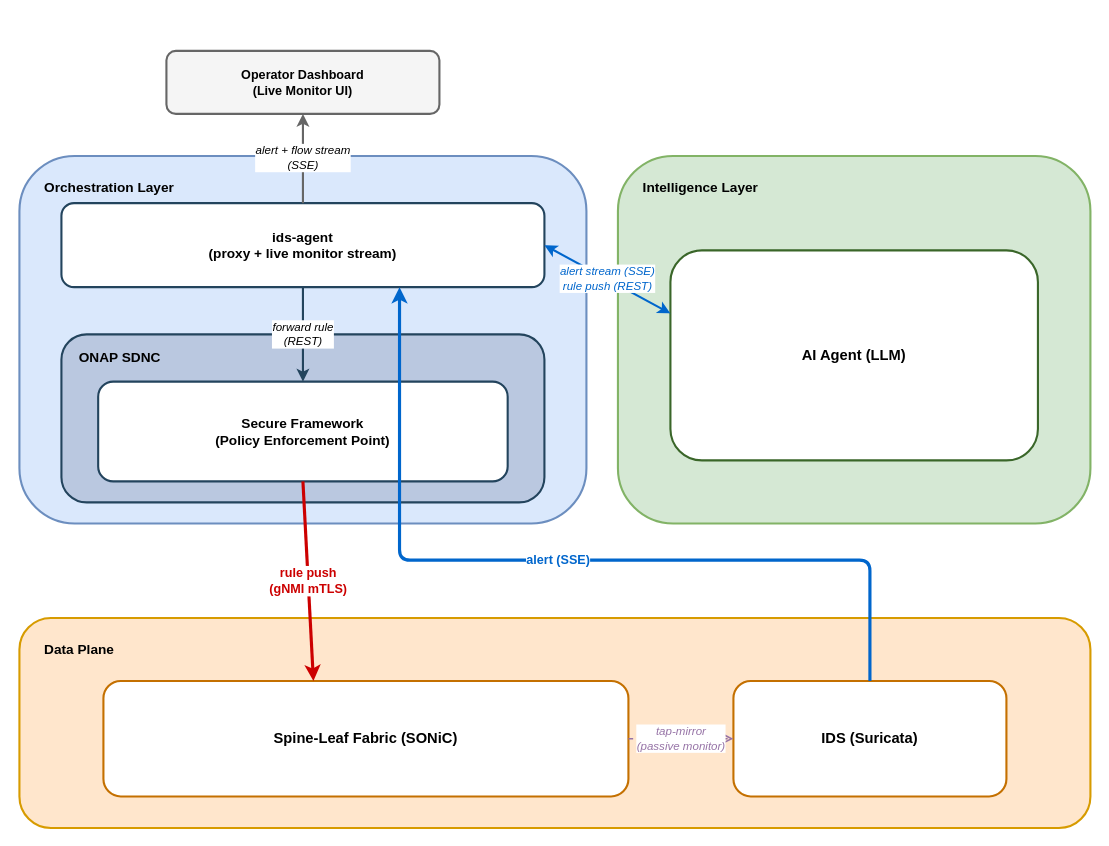
Above: docs/architecture.drawio in LuuHung247/3S-COM-ControlPlane (draw.io), before the change. Source tidied: cells renumbered, new cells numbered last; positions are measured from the earlier drawing's top-left corner, leaving out a move shared by most shapes. Both pictures are drawn from the tidied source at 105%, with x=0, y=0 at pixel (19, 50).
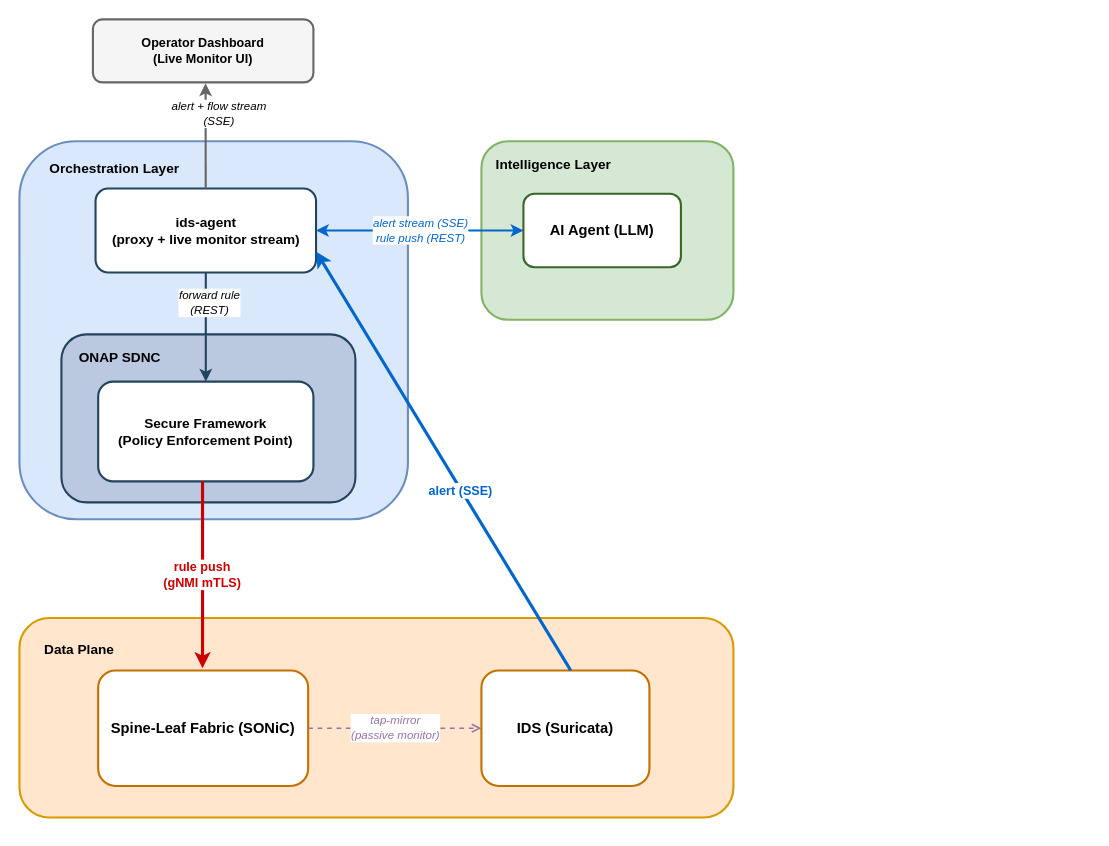
The same page after the edit.

Change to the diagram source:
```diff
@@
     <mxCell id="2" value="Operator Dashboard&#10;(Live Monitor UI)" style="rounded=1;whiteSpace=wrap;html=1;fillColor=#f5f5f5;strokeColor=#666666;strokeWidth=2;fontSize=12;fontStyle=1;align=center;verticalAlign=middle;" parent="1" vertex="1">
-      <mxGeometry x="140" width="260" height="60" as="geometry" />
+      <mxGeometry x="70" y="-30" width="210" height="60" as="geometry" />
     </mxCell>
     <mxCell id="3" style="rounded=1;whiteSpace=wrap;html=1;fillColor=#dae8fc;strokeColor=#6c8ebf;strokeWidth=2;" parent="1" vertex="1">
-      <mxGeometry y="100" width="540" height="350" as="geometry" />
+      <mxGeometry y="86" width="370" height="360" as="geometry" />
     </mxCell>
     <mxCell id="4" value="Orchestration Layer" style="text;html=1;fontSize=13;fontStyle=1;align=left;verticalAlign=top;spacingTop=8;spacingLeft=12;" parent="1" vertex="1">
-      <mxGeometry x="10" y="108" width="280" height="22" as="geometry" />
+      <mxGeometry x="15" y="90" width="280" height="22" as="geometry" />
     </mxCell>
     <mxCell id="5" value="ids-agent&#10;(proxy + live monitor stream)" style="rounded=1;whiteSpace=wrap;html=1;fillColor=#ffffff;strokeColor=#23445d;strokeWidth=2;fontSize=13;fontStyle=1;align=center;verticalAlign=middle;" parent="1" vertex="1">
-      <mxGeometry x="40" y="145" width="460" height="80" as="geometry" />
+      <mxGeometry x="72.5" y="131" width="210" height="80" as="geometry" />
     </mxCell>
     <mxCell id="6" value="ONAP SDNC" style="rounded=1;whiteSpace=wrap;html=1;fillColor=#bac8e0;strokeColor=#23445d;strokeWidth=2;fontSize=13;fontStyle=1;align=left;verticalAlign=top;spacingTop=8;spacingLeft=15;" parent="1" vertex="1">
-      <mxGeometry x="40" y="270" width="460" height="160" as="geometry" />
+      <mxGeometry x="40" y="270" width="280" height="160" as="geometry" />
     </mxCell>
     <mxCell id="7" value="Secure Framework&#10;(Policy Enforcement Point)" style="rounded=1;whiteSpace=wrap;html=1;fillColor=#ffffff;strokeColor=#23445d;strokeWidth=2;fontSize=13;fontStyle=1;align=center;verticalAlign=middle;" parent="1" vertex="1">
-      <mxGeometry x="75" y="315" width="390" height="95" as="geometry" />
+      <mxGeometry x="75" y="315" width="205" height="95" as="geometry" />
     </mxCell>
     <mxCell id="8" value="forward rule&#10;(REST)" style="endArrow=classic;html=1;strokeWidth=2;strokeColor=#23445d;fontSize=11;fontStyle=2;exitX=0.5;exitY=1;entryX=0.5;entryY=0;" parent="1" edge="1" source="5" target="7">
-      <mxGeometry relative="1" as="geometry" />
+      <mxGeometry x="-0.44" y="3" relative="1" as="geometry" />
     </mxCell>
-    <mxCell id="9" value="alert + flow stream&#10;(SSE)" style="endArrow=classic;html=1;strokeWidth=2;strokeColor=#666666;fontSize=11;fontStyle=2;exitX=0.5;exitY=0;entryX=0.5;entryY=1;" parent="1" edge="1" source="5" target="2">
-      <mxGeometry relative="1" as="geometry" />
+    <mxCell id="9" value="alert + flow stream&#10;(SSE)" style="endArrow=classic;html=1;strokeWidth=2;strokeColor=#666666;fontSize=11;fontStyle=2;entryX=0.511;entryY=1.014;entryDx=0;entryDy=0;entryPerimeter=0;" parent="1" edge="1" target="2">
+      <mxGeometry x="0.42" y="-13" relative="1" as="geometry">
+        <mxPoint x="177.4" y="131" as="sourcePoint" />
+      </mxGeometry>
     </mxCell>
     <mxCell id="10" style="rounded=1;whiteSpace=wrap;html=1;fillColor=#d5e8d4;strokeColor=#82b366;strokeWidth=2;" parent="1" vertex="1">
-      <mxGeometry x="570" y="100" width="450" height="350" as="geometry" />
+      <mxGeometry x="440" y="86" width="240" height="170" as="geometry" />
     </mxCell>
     <mxCell id="11" value="Intelligence Layer" style="text;html=1;fontSize=13;fontStyle=1;align=left;verticalAlign=top;spacingTop=8;spacingLeft=12;" parent="1" vertex="1">
-      <mxGeometry x="580" y="108" width="280" height="22" as="geometry" />
+      <mxGeometry x="440" y="86" width="280" height="22" as="geometry" />
     </mxCell>
     <mxCell id="12" value="AI Agent (LLM)" style="rounded=1;whiteSpace=wrap;html=1;fillColor=#ffffff;strokeColor=#3a6629;strokeWidth=2;fontSize=14;fontStyle=1;align=center;verticalAlign=middle;" parent="1" vertex="1">
-      <mxGeometry x="620" y="190" width="350" height="200" as="geometry" />
+      <mxGeometry x="480" y="136" width="150" height="70" as="geometry" />
     </mxCell>
-    <mxCell id="13" value="alert stream (SSE)&#10;rule push (REST)" style="endArrow=classic;startArrow=classic;html=1;strokeWidth=2;strokeColor=#0066cc;fontSize=11;fontStyle=2;fontColor=#0066cc;exitX=1;exitY=0.5;entryX=0;entryY=0.3;" parent="1" edge="1" source="5" target="12">
+    <mxCell id="13" value="alert stream (SSE)&#10;rule push (REST)" style="endArrow=classic;startArrow=classic;html=1;strokeWidth=2;strokeColor=#0066cc;fontSize=11;fontStyle=2;fontColor=#0066cc;entryX=0;entryY=0.5;entryDx=0;entryDy=0;exitX=1;exitY=0.5;exitDx=0;exitDy=0;" parent="1" edge="1" source="5" target="12">
       <mxGeometry relative="1" as="geometry" />
     </mxCell>
     <mxCell id="14" style="rounded=1;whiteSpace=wrap;html=1;fillColor=#ffe6cc;strokeColor=#d79b00;strokeWidth=2;" parent="1" vertex="1">
-      <mxGeometry y="540" width="1020" height="200" as="geometry" />
+      <mxGeometry y="540" width="680" height="190" as="geometry" />
     </mxCell>
@@
     <mxCell id="16" value="Spine-Leaf Fabric (SONiC)" style="rounded=1;whiteSpace=wrap;html=1;fillColor=#ffffff;strokeColor=#c47000;strokeWidth=2;fontSize=14;fontStyle=1;align=center;verticalAlign=middle;" parent="1" vertex="1">
-      <mxGeometry x="80" y="600" width="500" height="110" as="geometry" />
+      <mxGeometry x="75" y="590" width="200" height="110" as="geometry" />
     </mxCell>
     <mxCell id="17" value="IDS (Suricata)" style="rounded=1;whiteSpace=wrap;html=1;fillColor=#ffffff;strokeColor=#c47000;strokeWidth=2;fontSize=14;fontStyle=1;align=center;verticalAlign=middle;" parent="1" vertex="1">
-      <mxGeometry x="680" y="600" width="260" height="110" as="geometry" />
+      <mxGeometry x="440" y="590" width="160" height="110" as="geometry" />
     </mxCell>
@@
-    <mxCell id="19" value="alert (SSE)" style="endArrow=classic;html=1;strokeWidth=3;strokeColor=#0066cc;fontSize=12;fontStyle=1;fontColor=#0066cc;exitX=0.5;exitY=0;entryX=0.7;entryY=1;" parent="1" edge="1" source="17" target="5">
-      <mxGeometry relative="1" as="geometry">
-        <Array as="points">
-          <mxPoint x="810" y="485" />
-          <mxPoint x="362" y="485" />
-        </Array>
+    <mxCell id="19" value="alert (SSE)" style="endArrow=classic;html=1;strokeWidth=3;strokeColor=#0066cc;fontSize=12;fontStyle=1;fontColor=#0066cc;exitX=0.5;exitY=0;entryX=1;entryY=0.75;entryDx=0;entryDy=0;" parent="1" edge="1" target="5">
+      <mxGeometry x="-0.14" y="1" relative="1" as="geometry">
+        <mxPoint x="525" y="590" as="sourcePoint" />
       </mxGeometry>
     </mxCell>
-    <mxCell id="20" value="rule push&#10;(gNMI mTLS)" style="endArrow=classic;html=1;strokeWidth=3;strokeColor=#cc0000;fontSize=12;fontStyle=1;fontColor=#cc0000;exitX=0.5;exitY=1;entryX=0.4;entryY=0;" parent="1" edge="1" source="7" target="16">
-      <mxGeometry relative="1" as="geometry" />
+    <mxCell id="20" value="rule push&#10;(gNMI mTLS)" style="endArrow=classic;html=1;strokeWidth=3;strokeColor=#cc0000;fontSize=12;fontStyle=1;fontColor=#cc0000;entryX=0.4;entryY=0;" parent="1" edge="1">
+      <mxGeometry relative="1" as="geometry">
+        <mxPoint x="174.4" y="410" as="sourcePoint" />
+        <mxPoint x="174.4" y="588" as="targetPoint" />
+      </mxGeometry>
     </mxCell>
```
